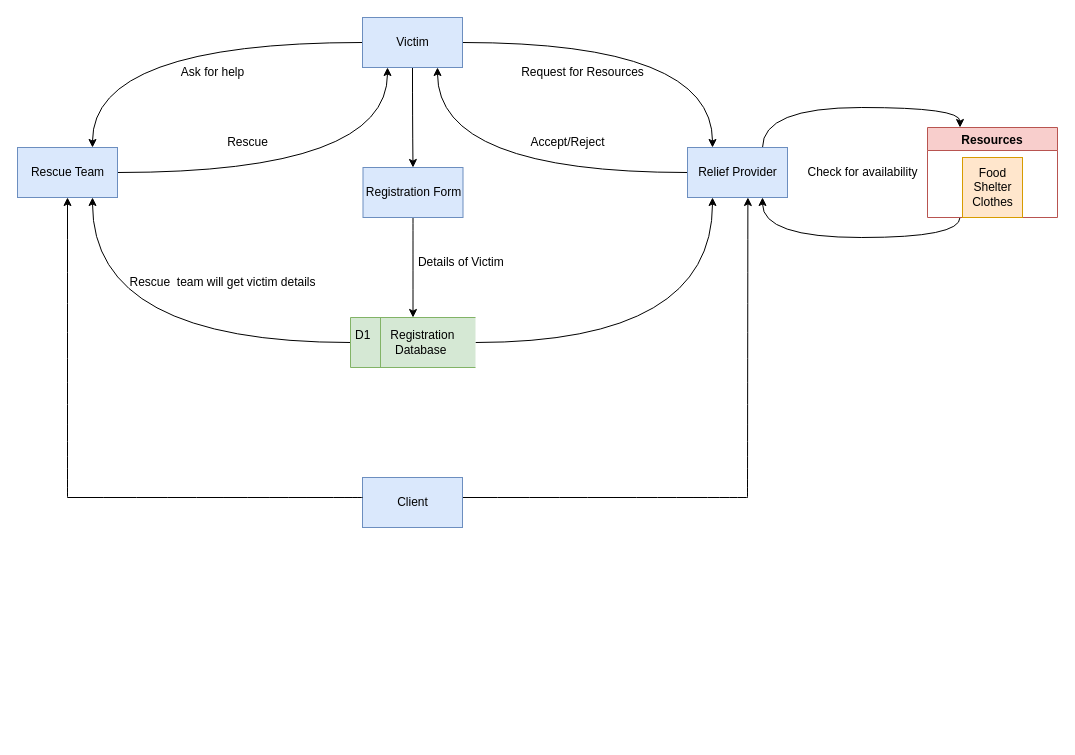
ShubhamJejurkar98/Repository1 keeps this draw.io diagram as Untitled Diagram.drawio. Above is the earlier version. Source tidied: cells renumbered, new cells numbered last; positions are measured from the earlier drawing's top-left corner, leaving out a move shared by most shapes. Both pictures are drawn from the tidied source at 100%, with x=0, y=0 at pixel (17, 17).
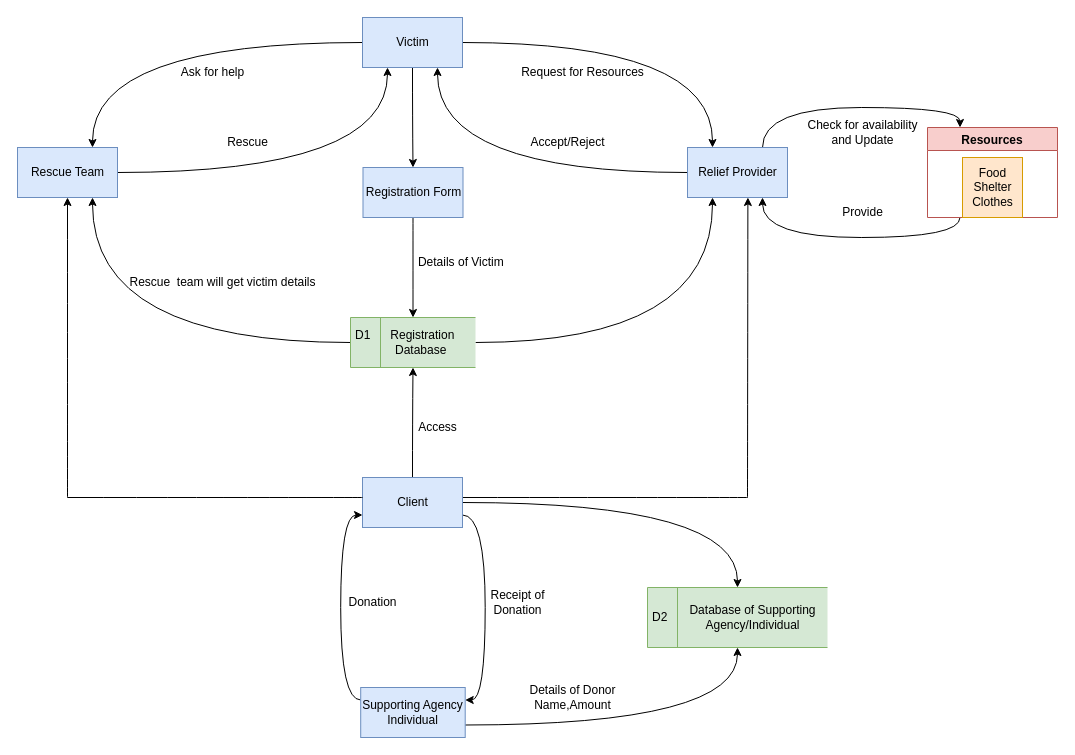
Above is the later version.

Unchanged cells that the change refers to:
```xml
<mxCell id="13" value="D1&amp;nbsp; &amp;nbsp; &amp;nbsp; Registration&lt;br&gt;&amp;nbsp; &amp;nbsp; &amp;nbsp; &amp;nbsp; &amp;nbsp; &amp;nbsp; Database" style="html=1;dashed=0;whitespace=wrap;shape=mxgraph.dfd.dataStoreID;align=left;spacingLeft=3;points=[[0,0],[0.5,0],[1,0],[0,0.5],[1,0.5],[0,1],[0.5,1],[1,1]];fillColor=#d5e8d4;strokeColor=#82b366;" parent="1" vertex="1">
  <mxGeometry x="333" y="300" width="125" height="50" as="geometry" />
</mxCell>
<mxCell id="26" value="Client" style="html=1;dashed=0;whitespace=wrap;fillColor=#dae8fc;strokeColor=#6c8ebf;" parent="1" vertex="1">
  <mxGeometry x="345" y="460" width="100" height="50" as="geometry" />
</mxCell>
```

Diff of the diagram source:
```diff
@@
-    <mxCell id="24" value="Check for availability" style="text;html=1;align=center;verticalAlign=middle;fillColor=none;strokeColor=none;rounded=0;" parent="1" vertex="1">
-      <mxGeometry x="780" y="140" width="130" height="30" as="geometry" />
+    <mxCell id="24" value="Check for availability&lt;br&gt;and Update" style="text;html=1;align=center;verticalAlign=middle;fillColor=none;strokeColor=none;rounded=0;" parent="1" vertex="1">
+      <mxGeometry x="780" y="95" width="130" height="40" as="geometry" />
     </mxCell>
@@
+    <mxCell id="31" style="edgeStyle=orthogonalEdgeStyle;curved=1;rounded=0;jettySize=auto;html=1;exitX=1;exitY=0.75;exitDx=0;exitDy=0;entryX=1;entryY=0.25;entryDx=0;entryDy=0;" parent="1" edge="1" source="26" target="36">
+      <mxGeometry relative="1" as="geometry" />
+    </mxCell>
+    <mxCell id="32" style="edgeStyle=orthogonalEdgeStyle;curved=1;rounded=0;jettySize=auto;html=1;exitX=1;exitY=0.5;exitDx=0;exitDy=0;entryX=0.5;entryY=0;entryDx=0;entryDy=0;" parent="1" edge="1" source="26" target="40">
+      <mxGeometry relative="1" as="geometry" />
+    </mxCell>
+    <mxCell id="33" style="edgeStyle=orthogonalEdgeStyle;curved=1;rounded=0;jettySize=auto;html=1;exitX=0.5;exitY=0;exitDx=0;exitDy=0;entryX=0.5;entryY=1;entryDx=0;entryDy=0;" parent="1" edge="1" source="26" target="13">
+      <mxGeometry relative="1" as="geometry" />
+    </mxCell>
@@
+    <mxCell id="34" style="edgeStyle=orthogonalEdgeStyle;curved=1;rounded=0;jettySize=auto;html=1;exitX=0;exitY=0.25;exitDx=0;exitDy=0;entryX=0;entryY=0.75;entryDx=0;entryDy=0;" parent="1" edge="1" source="36" target="26">
+      <mxGeometry relative="1" as="geometry" />
+    </mxCell>
+    <mxCell id="35" style="edgeStyle=orthogonalEdgeStyle;curved=1;rounded=0;jettySize=auto;html=1;exitX=1;exitY=0.75;exitDx=0;exitDy=0;entryX=0.5;entryY=1;entryDx=0;entryDy=0;" parent="1" edge="1" source="36" target="40">
+      <mxGeometry relative="1" as="geometry" />
+    </mxCell>
+    <mxCell id="36" value="Supporting Agency&lt;br&gt;Individual" style="html=1;dashed=0;whitespace=wrap;fillColor=#dae8fc;strokeColor=#6c8ebf;" parent="1" vertex="1">
+      <mxGeometry x="343.2" y="670" width="104.5" height="50" as="geometry" />
+    </mxCell>
+    <mxCell id="37" value="Provide" style="text;html=1;align=center;verticalAlign=middle;fillColor=none;strokeColor=none;rounded=0;" parent="1" vertex="1">
+      <mxGeometry x="815" y="180" width="60" height="30" as="geometry" />
+    </mxCell>
+    <mxCell id="38" value="Donation" style="text;html=1;align=center;verticalAlign=middle;fillColor=none;strokeColor=none;rounded=0;" parent="1" vertex="1">
+      <mxGeometry x="320" y="570" width="70" height="30" as="geometry" />
+    </mxCell>
+    <mxCell id="39" value="Receipt of &lt;br&gt;Donation" style="text;html=1;align=center;verticalAlign=middle;fillColor=none;strokeColor=none;rounded=0;" parent="1" vertex="1">
+      <mxGeometry x="460" y="565" width="80" height="40" as="geometry" />
+    </mxCell>
+    <mxCell id="40" value="D2" style="html=1;dashed=0;whitespace=wrap;shape=mxgraph.dfd.dataStoreID;align=left;spacingLeft=3;points=[[0,0],[0.5,0],[1,0],[0,0.5],[1,0.5],[0,1],[0.5,1],[1,1]];fillColor=#d5e8d4;strokeColor=#82b366;" parent="1" vertex="1">
+      <mxGeometry x="630" y="570" width="180" height="60" as="geometry" />
+    </mxCell>
+    <mxCell id="41" value="Database of Supporting&lt;br&gt;Agency/Individual" style="text;html=1;align=center;verticalAlign=middle;fillColor=none;strokeColor=none;rounded=0;" parent="1" vertex="1">
+      <mxGeometry x="660" y="580" width="150" height="40" as="geometry" />
+    </mxCell>
+    <mxCell id="42" value="Access" style="text;html=1;align=center;verticalAlign=middle;fillColor=none;strokeColor=none;rounded=0;" parent="1" vertex="1">
+      <mxGeometry x="390" y="395" width="60" height="30" as="geometry" />
+    </mxCell>
+    <mxCell id="43" value="Details of Donor&lt;br&gt;Name,Amount" style="text;html=1;align=center;verticalAlign=middle;fillColor=none;strokeColor=none;rounded=0;" parent="1" vertex="1">
+      <mxGeometry x="500" y="660" width="110" height="40" as="geometry" />
+    </mxCell>
```
